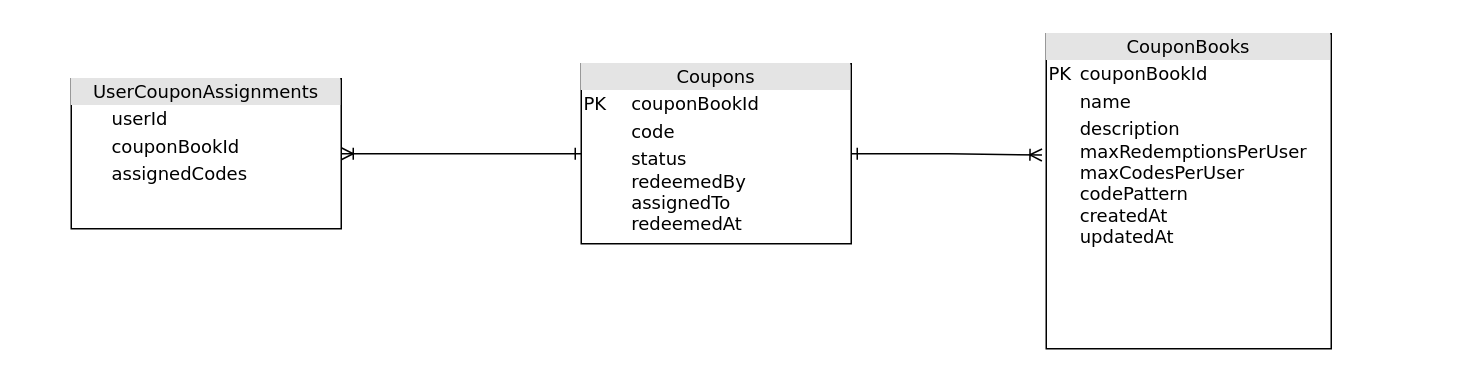
Earlier version of the draw.io diagram design/database-design.drawio (sebaeze/coupon-book-service). Source tidied: cells renumbered, new cells numbered last; positions are measured from the earlier drawing's top-left corner, leaving out a move shared by most shapes. Both pictures are drawn from the tidied source at 150%, with x=0, y=0 at pixel (70, 33).
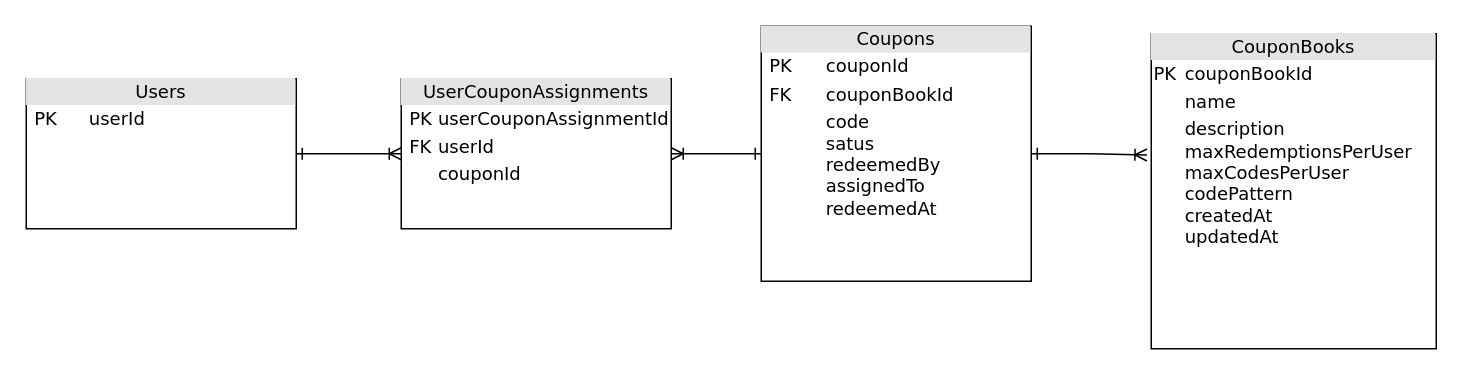
After the change.

The edit, as a diff of the source:
```diff
@@
 <mxGraphModel>
   <root>
     <mxCell id="0" />
     <mxCell id="1" parent="0" />
     <mxCell id="2" value="&lt;div style=&quot;text-align: center; box-sizing: border-box; width: 100%; background: rgb(228, 228, 228); padding: 2px;&quot;&gt;CouponBooks&lt;/div&gt;&lt;table style=&quot;width: 100%; font-size: 1em;&quot; cellpadding=&quot;2&quot; cellspacing=&quot;0&quot;&gt;&lt;tbody&gt;&lt;tr&gt;&lt;td&gt;PK&lt;/td&gt;&lt;td&gt;couponBookId&lt;/td&gt;&lt;/tr&gt;&lt;tr&gt;&lt;td&gt;&lt;br&gt;&lt;/td&gt;&lt;td&gt;name&lt;/td&gt;&lt;/tr&gt;&lt;tr&gt;&lt;td&gt;&lt;/td&gt;&lt;td&gt;description&lt;br&gt;maxRedemptionsPerUser&lt;br&gt;maxCodesPerUser&lt;br&gt;codePattern&lt;br&gt;createdAt&lt;br&gt;updatedAt&lt;br&gt;&lt;/td&gt;&lt;/tr&gt;&lt;/tbody&gt;&lt;/table&gt;" style="verticalAlign=top;align=left;overflow=fill;html=1;rounded=0;shadow=0;comic=0;labelBackgroundColor=none;strokeWidth=1;fontFamily=Verdana;fontSize=12;" parent="1" vertex="1">
-      <mxGeometry x="650" width="190" height="210" as="geometry" />
+      <mxGeometry x="720" width="190" height="210" as="geometry" />
     </mxCell>
     <mxCell id="3" style="edgeStyle=orthogonalEdgeStyle;rounded=0;jettySize=auto;html=1;entryX=1;entryY=0.5;entryDx=0;entryDy=0;endArrow=ERoneToMany;endFill=0;startArrow=ERone;startFill=0;exitX=0;exitY=0.5;exitDx=0;exitDy=0;" parent="1" edge="1" source="5" target="4">
       <mxGeometry relative="1" as="geometry" />
     </mxCell>
-    <mxCell id="4" value="&lt;div style=&quot;text-align: center; box-sizing: border-box; width: 100%; background: rgb(228, 228, 228); padding: 2px;&quot;&gt;UserCouponAssignments&lt;/div&gt;&lt;table style=&quot;width: 100% ; font-size: 1em&quot; cellpadding=&quot;2&quot; cellspacing=&quot;0&quot;&gt;&lt;tbody&gt;&lt;tr&gt;&lt;td&gt;&amp;nbsp; &amp;nbsp;&lt;/td&gt;&lt;td&gt;userId&lt;/td&gt;&lt;/tr&gt;&lt;tr&gt;&lt;td&gt;&lt;br&gt;&lt;/td&gt;&lt;td&gt;couponBookId&lt;/td&gt;&lt;/tr&gt;&lt;tr&gt;&lt;td&gt;&lt;/td&gt;&lt;td&gt;assignedCodes&lt;/td&gt;&lt;/tr&gt;&lt;/tbody&gt;&lt;/table&gt;" style="verticalAlign=top;align=left;overflow=fill;html=1;rounded=0;shadow=0;comic=0;labelBackgroundColor=none;strokeWidth=1;fontFamily=Verdana;fontSize=12;" parent="1" vertex="1">
-      <mxGeometry y="30" width="180" height="100" as="geometry" />
+    <mxCell id="4" value="&lt;div style=&quot;text-align: center; box-sizing: border-box; width: 100%; background: rgb(228, 228, 228); padding: 2px;&quot;&gt;UserCouponAssignments&lt;/div&gt;&lt;table style=&quot;width: 100% ; font-size: 1em&quot; cellpadding=&quot;2&quot; cellspacing=&quot;0&quot;&gt;&lt;tbody&gt;&lt;tr&gt;&lt;td&gt;&amp;nbsp;PK&lt;/td&gt;&lt;td&gt;userCouponAssignmentId&lt;br&gt;&lt;/td&gt;&lt;/tr&gt;&lt;tr&gt;&lt;td&gt;&amp;nbsp;FK&lt;/td&gt;&lt;td&gt;userId&lt;/td&gt;&lt;/tr&gt;&lt;tr&gt;&lt;td&gt;&lt;/td&gt;&lt;td&gt;couponId&lt;/td&gt;&lt;/tr&gt;&lt;/tbody&gt;&lt;/table&gt;" style="verticalAlign=top;align=left;overflow=fill;html=1;rounded=0;shadow=0;comic=0;labelBackgroundColor=none;strokeWidth=1;fontFamily=Verdana;fontSize=12;" parent="1" vertex="1">
+      <mxGeometry x="220" y="30" width="180" height="100" as="geometry" />
     </mxCell>
-    <mxCell id="5" value="&lt;div style=&quot;text-align: center; box-sizing: border-box; width: 100%; background: rgb(228, 228, 228); padding: 2px;&quot;&gt;Coupons&lt;/div&gt;&lt;table style=&quot;width:100%;font-size:1em;&quot; cellpadding=&quot;2&quot; cellspacing=&quot;0&quot;&gt;&lt;tbody&gt;&lt;tr&gt;&lt;td&gt;PK&lt;/td&gt;&lt;td&gt;couponBookId&lt;/td&gt;&lt;/tr&gt;&lt;tr&gt;&lt;td&gt;&lt;br&gt;&lt;/td&gt;&lt;td&gt;code&lt;/td&gt;&lt;/tr&gt;&lt;tr&gt;&lt;td&gt;&lt;/td&gt;&lt;td&gt;status&lt;br&gt;redeemedBy&lt;br&gt;assignedTo&lt;br&gt;redeemedAt&lt;/td&gt;&lt;/tr&gt;&lt;/tbody&gt;&lt;/table&gt;" style="verticalAlign=top;align=left;overflow=fill;html=1;rounded=0;shadow=0;comic=0;labelBackgroundColor=none;strokeWidth=1;fontFamily=Verdana;fontSize=12;" parent="1" vertex="1">
-      <mxGeometry x="340" y="20" width="180" height="120" as="geometry" />
+    <mxCell id="5" value="&lt;div style=&quot;text-align: center; box-sizing: border-box; width: 100%; background: rgb(228, 228, 228); padding: 2px;&quot;&gt;Coupons&lt;/div&gt;&lt;table style=&quot;width:100%;font-size:1em;&quot; cellpadding=&quot;2&quot; cellspacing=&quot;0&quot;&gt;&lt;tbody&gt;&lt;tr&gt;&lt;td&gt;&amp;nbsp;PK&amp;nbsp;&lt;/td&gt;&lt;td&gt;couponId&lt;/td&gt;&lt;/tr&gt;&lt;tr&gt;&lt;td&gt;&amp;nbsp;FK&lt;/td&gt;&lt;td&gt;couponBookId&lt;/td&gt;&lt;/tr&gt;&lt;tr&gt;&lt;td&gt;&lt;/td&gt;&lt;td&gt;code&lt;br&gt;satus&lt;br&gt;redeemedBy&lt;br&gt;assignedTo&lt;br&gt;redeemedAt&lt;/td&gt;&lt;/tr&gt;&lt;/tbody&gt;&lt;/table&gt;" style="verticalAlign=top;align=left;overflow=fill;html=1;rounded=0;shadow=0;comic=0;labelBackgroundColor=none;strokeWidth=1;fontFamily=Verdana;fontSize=12;" parent="1" vertex="1">
+      <mxGeometry x="460" y="-5" width="180" height="170" as="geometry" />
     </mxCell>
     <mxCell id="6" style="edgeStyle=orthogonalEdgeStyle;rounded=0;jettySize=auto;html=1;entryX=-0.015;entryY=0.385;entryDx=0;entryDy=0;endArrow=ERoneToMany;endFill=0;startArrow=ERone;startFill=0;exitX=1;exitY=0.5;exitDx=0;exitDy=0;entryPerimeter=0;" parent="1" edge="1" source="5" target="2">
       <mxGeometry relative="1" as="geometry" />
     </mxCell>
+    <mxCell id="7" value="&lt;div style=&quot;text-align: center; box-sizing: border-box; width: 100%; background: rgb(228, 228, 228); padding: 2px;&quot;&gt;Users&lt;/div&gt;&lt;table style=&quot;width: 100% ; font-size: 1em&quot; cellpadding=&quot;2&quot; cellspacing=&quot;0&quot;&gt;&lt;tbody&gt;&lt;tr&gt;&lt;td&gt;&amp;nbsp;PK&amp;nbsp;&amp;nbsp;&lt;/td&gt;&lt;td style=&quot;&quot;&gt;userId&amp;nbsp; &amp;nbsp; &amp;nbsp; &amp;nbsp; &amp;nbsp; &amp;nbsp; &amp;nbsp; &amp;nbsp; &amp;nbsp;&lt;/td&gt;&lt;/tr&gt;&lt;tr&gt;&lt;td&gt;&lt;br&gt;&lt;/td&gt;&lt;td&gt;&lt;br&gt;&lt;/td&gt;&lt;/tr&gt;&lt;tr&gt;&lt;td&gt;&lt;/td&gt;&lt;td&gt;&lt;br&gt;&lt;/td&gt;&lt;/tr&gt;&lt;/tbody&gt;&lt;/table&gt;" style="verticalAlign=top;align=left;overflow=fill;html=1;rounded=0;shadow=0;comic=0;labelBackgroundColor=none;strokeWidth=1;fontFamily=Verdana;fontSize=12;" parent="1" vertex="1">
+      <mxGeometry x="-30" y="30" width="180" height="100" as="geometry" />
+    </mxCell>
+    <mxCell id="8" style="edgeStyle=orthogonalEdgeStyle;rounded=0;jettySize=auto;html=1;entryX=0;entryY=0.5;entryDx=0;entryDy=0;endArrow=ERoneToMany;endFill=0;startArrow=ERone;startFill=0;exitX=1;exitY=0.5;exitDx=0;exitDy=0;" parent="1" edge="1" source="7" target="4">
+      <mxGeometry relative="1" as="geometry" />
+    </mxCell>
   </root>
 </mxGraphModel>
```
